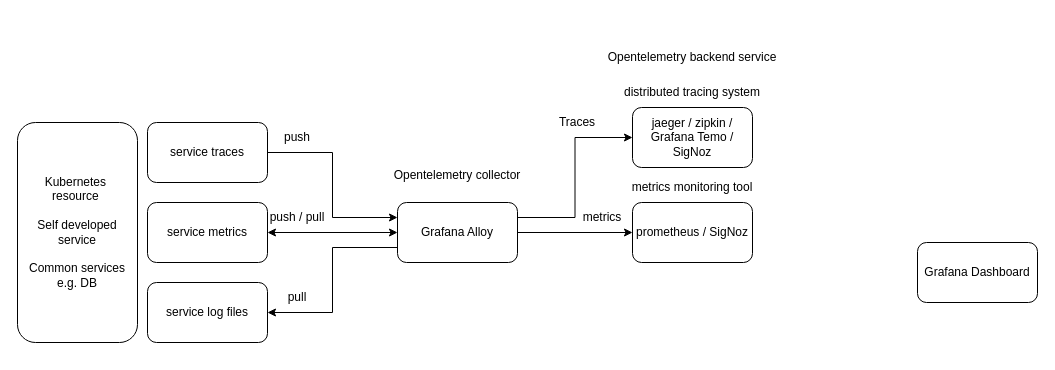
This is monitor_system.drawio from williamlun/open-telemetry-playground, a draw.io file, before an edit. Source tidied: cells renumbered, new cells numbered last; positions are measured from the earlier drawing's top-left corner, leaving out a move shared by most shapes. Both pictures are drawn from the tidied source at 100%, with x=0, y=0 at pixel (17, 42).
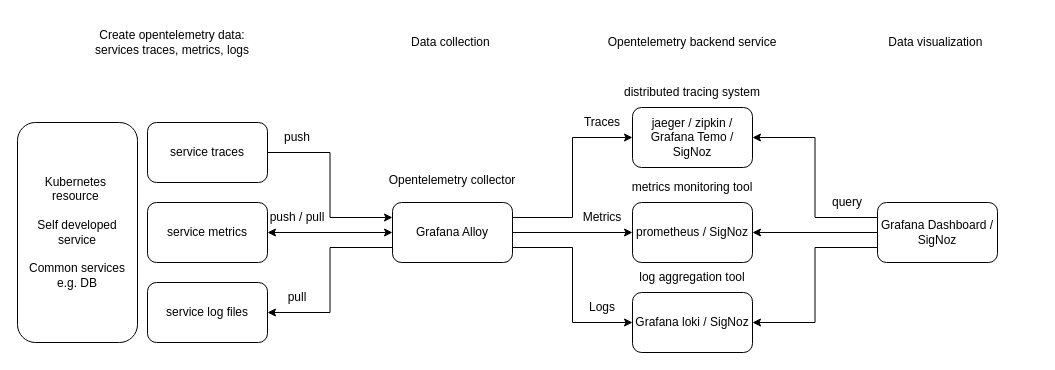
Above is the later version.

The change refers to these unchanged cells:
```xml
<mxCell id="17" value="jaeger / zipkin / Grafana Temo / SigNoz" style="rounded=1;whiteSpace=wrap;html=1;" parent="1" vertex="1">
  <mxGeometry x="615" y="65" width="120" height="60" as="geometry" />
</mxCell>
<mxCell id="21" value="prometheus / SigNoz" style="rounded=1;whiteSpace=wrap;html=1;" parent="1" vertex="1">
  <mxGeometry x="615" y="160" width="120" height="60" as="geometry" />
</mxCell>
```

Diff of the diagram source:
```diff
@@
+    <mxCell id="24" style="edgeStyle=orthogonalEdgeStyle;rounded=0;jettySize=auto;html=1;exitX=1;exitY=0.75;exitDx=0;exitDy=0;entryX=0;entryY=0.5;entryDx=0;entryDy=0;" parent="1" edge="1" source="4" target="28">
+      <mxGeometry relative="1" as="geometry" />
+    </mxCell>
     <mxCell id="4" value="Grafana A&lt;span style=&quot;background-color: initial;&quot;&gt;lloy&lt;/span&gt;" style="rounded=1;whiteSpace=wrap;html=1;" parent="1" vertex="1">
-      <mxGeometry x="380" y="160" width="120" height="60" as="geometry" />
+      <mxGeometry x="375" y="160" width="120" height="60" as="geometry" />
     </mxCell>
@@
     <mxCell id="12" value="Opentelemetry collector&lt;div&gt;&lt;br&gt;&lt;/div&gt;" style="text;html=1;align=center;verticalAlign=middle;whiteSpace=wrap;rounded=0;" parent="1" vertex="1">
-      <mxGeometry x="375" y="110" width="130" height="60" as="geometry" />
+      <mxGeometry x="370" y="115" width="130" height="60" as="geometry" />
     </mxCell>
@@
+    <mxCell id="25" style="edgeStyle=orthogonalEdgeStyle;rounded=0;jettySize=auto;html=1;entryX=1;entryY=0.5;entryDx=0;entryDy=0;exitX=0;exitY=0.25;exitDx=0;exitDy=0;" parent="1" edge="1" source="16" target="17">
+      <mxGeometry relative="1" as="geometry" />
+    </mxCell>
+    <mxCell id="26" style="edgeStyle=orthogonalEdgeStyle;rounded=0;jettySize=auto;html=1;exitX=0;exitY=0.5;exitDx=0;exitDy=0;entryX=1;entryY=0.5;entryDx=0;entryDy=0;" parent="1" edge="1" source="16" target="21">
+      <mxGeometry relative="1" as="geometry" />
+    </mxCell>
+    <mxCell id="27" style="edgeStyle=orthogonalEdgeStyle;rounded=0;jettySize=auto;html=1;exitX=0;exitY=0.75;exitDx=0;exitDy=0;entryX=1;entryY=0.5;entryDx=0;entryDy=0;" parent="1" edge="1" source="16" target="28">
+      <mxGeometry relative="1" as="geometry" />
+    </mxCell>
-    <mxCell id="16" value="Grafana Dashboard" style="rounded=1;whiteSpace=wrap;html=1;" parent="1" vertex="1">
-      <mxGeometry x="900" y="200" width="120" height="60" as="geometry" />
+    <mxCell id="16" value="Grafana Dashboard / SigNoz" style="rounded=1;whiteSpace=wrap;html=1;" parent="1" vertex="1">
+      <mxGeometry x="860" y="160" width="120" height="60" as="geometry" />
     </mxCell>
@@
     <mxCell id="18" value="Opentelemetry backend service" style="text;html=1;align=center;verticalAlign=middle;whiteSpace=wrap;rounded=0;" parent="1" vertex="1">
-      <mxGeometry x="580" width="190" height="30" as="geometry" />
+      <mxGeometry x="580" y="-15" width="190" height="30" as="geometry" />
     </mxCell>
@@
     <mxCell id="20" value="Traces" style="text;html=1;align=center;verticalAlign=middle;whiteSpace=wrap;rounded=0;" parent="1" vertex="1">
-      <mxGeometry x="530" y="65" width="60" height="30" as="geometry" />
+      <mxGeometry x="555" y="65" width="60" height="30" as="geometry" />
     </mxCell>
@@
-    <mxCell id="23" value="metrics" style="text;html=1;align=center;verticalAlign=middle;whiteSpace=wrap;rounded=0;" parent="1" vertex="1">
+    <mxCell id="23" value="Metrics" style="text;html=1;align=center;verticalAlign=middle;whiteSpace=wrap;rounded=0;" parent="1" vertex="1">
       <mxGeometry x="555" y="160" width="60" height="30" as="geometry" />
     </mxCell>
+    <mxCell id="28" value="Grafana loki / SigNoz" style="rounded=1;whiteSpace=wrap;html=1;" parent="1" vertex="1">
+      <mxGeometry x="615" y="250" width="120" height="60" as="geometry" />
+    </mxCell>
+    <mxCell id="29" value="log aggregation tool" style="text;html=1;align=center;verticalAlign=middle;whiteSpace=wrap;rounded=0;" parent="1" vertex="1">
+      <mxGeometry x="600" y="220" width="150" height="30" as="geometry" />
+    </mxCell>
+    <mxCell id="30" value="Logs" style="text;html=1;align=center;verticalAlign=middle;whiteSpace=wrap;rounded=0;" parent="1" vertex="1">
+      <mxGeometry x="555" y="250" width="60" height="30" as="geometry" />
+    </mxCell>
+    <mxCell id="31" value="Create opentelemetry data: services traces, metrics, logs" style="text;html=1;align=center;verticalAlign=middle;whiteSpace=wrap;rounded=0;" parent="1" vertex="1">
+      <mxGeometry x="70" y="-25" width="170" height="50" as="geometry" />
+    </mxCell>
+    <mxCell id="32" value="Data collection&amp;nbsp;" style="text;html=1;align=center;verticalAlign=middle;whiteSpace=wrap;rounded=0;" parent="1" vertex="1">
+      <mxGeometry x="365" y="-15" width="140" height="30" as="geometry" />
+    </mxCell>
+    <mxCell id="33" value="Data visualization&amp;nbsp;" style="text;html=1;align=center;verticalAlign=middle;whiteSpace=wrap;rounded=0;" parent="1" vertex="1">
+      <mxGeometry x="850" y="-15" width="140" height="30" as="geometry" />
+    </mxCell>
+    <mxCell id="34" value="query" style="text;html=1;align=center;verticalAlign=middle;whiteSpace=wrap;rounded=0;" parent="1" vertex="1">
+      <mxGeometry x="800" y="145" width="60" height="30" as="geometry" />
+    </mxCell>
```
